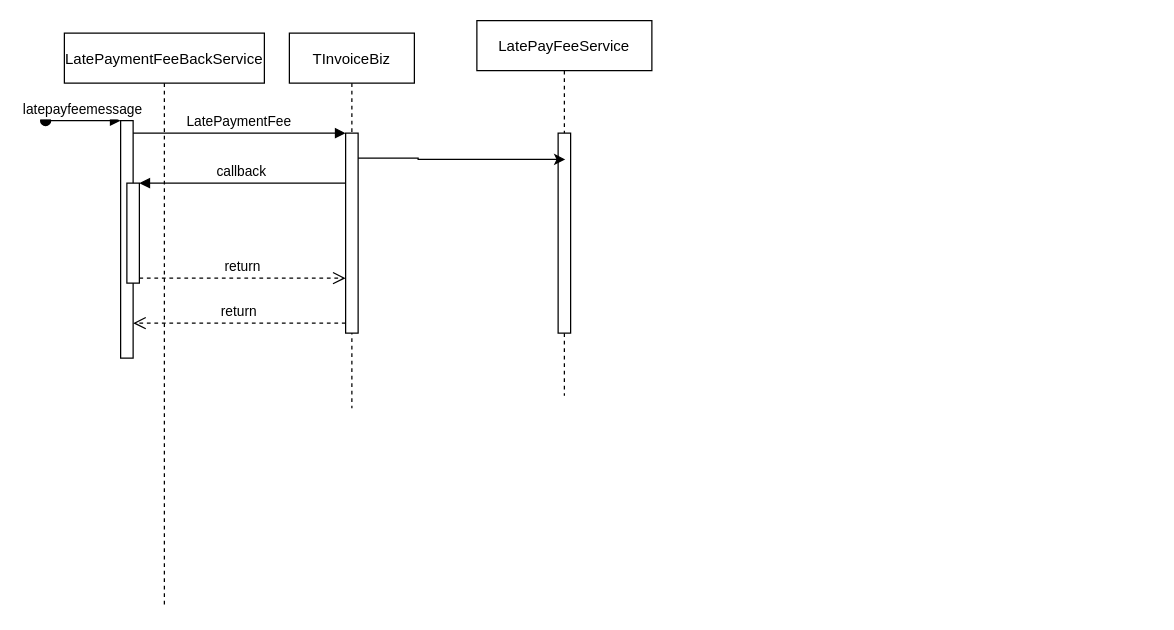
This is LPF.drawio from yi2003/diagram, a draw.io file, before an edit. Source tidied: cells renumbered, new cells numbered last; positions are measured from the earlier drawing's top-left corner, leaving out a move shared by most shapes. Both pictures are drawn from the tidied source at 125%, with x=0, y=0 at pixel (45, 20).
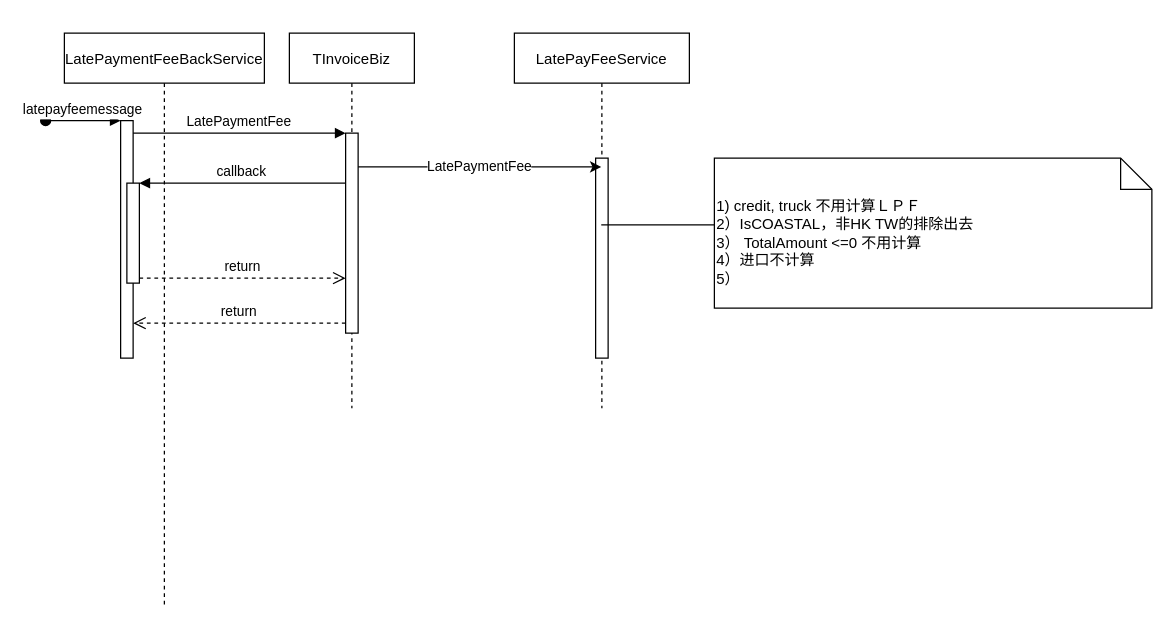
After the change.

The edit, as a diff of the source:
```diff
@@
 <mxGraphModel>
   <root>
     <mxCell id="0" />
     <mxCell id="1" parent="0" />
     <mxCell id="2" value="LatePaymentFeeBackService" style="shape=umlLifeline;perimeter=lifelinePerimeter;rounded=0;shadow=0;strokeWidth=1;" parent="1" vertex="1">
       <mxGeometry x="15" y="10" width="160" height="460" as="geometry" />
     </mxCell>
     <mxCell id="3" style="points=[];perimeter=orthogonalPerimeter;rounded=0;shadow=0;strokeWidth=1;" parent="2" vertex="1">
       <mxGeometry x="45" y="70" width="10" height="190" as="geometry" />
     </mxCell>
     <mxCell id="4" value="latepayfeemessage" style="verticalAlign=bottom;startArrow=oval;endArrow=block;startSize=8;shadow=0;strokeWidth=1;" parent="2" edge="1" target="3">
       <mxGeometry relative="1" as="geometry">
         <mxPoint x="-15" y="70" as="sourcePoint" />
       </mxGeometry>
     </mxCell>
     <mxCell id="5" style="points=[];perimeter=orthogonalPerimeter;rounded=0;shadow=0;strokeWidth=1;" parent="2" vertex="1">
       <mxGeometry x="50" y="120" width="10" height="80" as="geometry" />
     </mxCell>
     <mxCell id="6" value="TInvoiceBiz" style="shape=umlLifeline;perimeter=lifelinePerimeter;rounded=0;shadow=0;strokeWidth=1;" parent="1" vertex="1">
       <mxGeometry x="195" y="10" width="100" height="300" as="geometry" />
     </mxCell>
     <mxCell id="7" style="points=[];perimeter=orthogonalPerimeter;rounded=0;shadow=0;strokeWidth=1;" parent="6" vertex="1">
       <mxGeometry x="45" y="80" width="10" height="160" as="geometry" />
     </mxCell>
     <mxCell id="8" value="return" style="verticalAlign=bottom;endArrow=open;dashed=1;endSize=8;exitX=0;exitY=0.95;shadow=0;strokeWidth=1;" parent="1" edge="1" source="7" target="3">
       <mxGeometry relative="1" as="geometry" />
     </mxCell>
     <mxCell id="9" value="LatePaymentFee" style="verticalAlign=bottom;endArrow=block;entryX=0;entryY=0;shadow=0;strokeWidth=1;" parent="1" edge="1" source="3" target="7">
       <mxGeometry relative="1" as="geometry" />
     </mxCell>
     <mxCell id="10" value="callback" style="verticalAlign=bottom;endArrow=block;entryX=1;entryY=0;shadow=0;strokeWidth=1;" parent="1" edge="1" source="7" target="5">
       <mxGeometry relative="1" as="geometry" />
     </mxCell>
     <mxCell id="11" value="return" style="verticalAlign=bottom;endArrow=open;dashed=1;endSize=8;exitX=1;exitY=0.95;shadow=0;strokeWidth=1;" parent="1" edge="1" source="5" target="7">
       <mxGeometry relative="1" as="geometry" />
     </mxCell>
     <mxCell id="12" value="LatePayFeeService" style="shape=umlLifeline;perimeter=lifelinePerimeter;rounded=0;shadow=0;strokeWidth=1;" parent="1" vertex="1">
-      <mxGeometry x="345" width="140" height="300" as="geometry" />
+      <mxGeometry x="375" y="10" width="140" height="300" as="geometry" />
     </mxCell>
     <mxCell id="13" style="perimeter=orthogonalPerimeter;rounded=0;shadow=0;strokeWidth=1;" parent="12" vertex="1">
-      <mxGeometry x="65" y="90" width="10" height="160" as="geometry" />
+      <mxGeometry x="65" y="100" width="10" height="160" as="geometry" />
     </mxCell>
-    <mxCell id="14" style="edgeStyle=orthogonalEdgeStyle;rounded=0;jettySize=auto;html=1;entryX=0.505;entryY=0.37;entryDx=0;entryDy=0;entryPerimeter=0;" parent="1" edge="1" source="7" target="12">
-      <mxGeometry relative="1" as="geometry">
-        <Array as="points">
-          <mxPoint x="298" y="110" />
-          <mxPoint x="298" y="111" />
-        </Array>
-      </mxGeometry>
-    </mxCell>
+    <mxCell id="15" value="LatePaymentFee" style="edgeStyle=orthogonalEdgeStyle;rounded=0;orthogonalLoop=1;jettySize=auto;html=1;" parent="1" edge="1">
+      <mxGeometry relative="1" as="geometry">
+        <mxPoint x="250" y="117" as="sourcePoint" />
+        <mxPoint x="444.5" y="117" as="targetPoint" />
+        <Array as="points">
+          <mxPoint x="375" y="117" />
+          <mxPoint x="375" y="117" />
+        </Array>
+      </mxGeometry>
+    </mxCell>
+    <mxCell id="16" value="&lt;div style=&quot;&quot;&gt;&lt;span style=&quot;background-color: initial;&quot;&gt;1) credit, truck 不用计算ＬＰＦ&lt;/span&gt;&lt;/div&gt;&lt;div style=&quot;&quot;&gt;&lt;span style=&quot;background-color: initial;&quot;&gt;2）&lt;/span&gt;&lt;span style=&quot;background-color: initial;&quot;&gt;IsCOASTAL，&lt;/span&gt;&lt;span style=&quot;background-color: initial;&quot;&gt;非HK TW的排除出去&lt;/span&gt;&lt;/div&gt;&lt;div style=&quot;&quot;&gt;3）&amp;nbsp;TotalAmount &amp;lt;=0 不用计算&lt;/div&gt;&lt;div style=&quot;&quot;&gt;4）进口不计算&lt;/div&gt;&lt;div style=&quot;&quot;&gt;5）&lt;/div&gt;" style="shape=note2;boundedLbl=1;whiteSpace=wrap;html=1;size=25;verticalAlign=top;align=left;" parent="1" vertex="1">
+      <mxGeometry x="535" y="110" width="350" height="120" as="geometry" />
+    </mxCell>
+    <mxCell id="17" style="endArrow=none;html=1;rounded=0;" parent="1" edge="1" source="12" target="16">
+      <mxGeometry relative="1" as="geometry" />
+    </mxCell>
   </root>
 </mxGraphModel>
```
